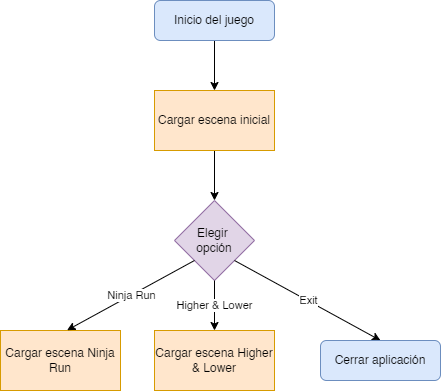
This is Imágenes/Diagramas de flujo/DIV -  Diagrama de flujo.png from JessHG04/TFG, a draw.io export, as it was before one commit. Source tidied: cells renumbered, new cells last; positions are measured from the earlier drawing's top-left corner, leaving out a move shared by most shapes. Source of this version:
```xml
<mxGraphModel>
  <root>
    <mxCell id="0" />
    <mxCell id="1" parent="0" />
    <mxCell id="2" style="edgeStyle=orthogonalEdgeStyle;rounded=0;jettySize=auto;html=1;entryX=0.5;entryY=0;entryDx=0;entryDy=0;" parent="1" edge="1" source="3" target="5">
      <mxGeometry relative="1" as="geometry" />
    </mxCell>
    <mxCell id="3" value="Inicio del juego" style="rounded=1;whiteSpace=wrap;html=1;fontSize=12;glass=0;strokeWidth=1;shadow=0;fillColor=#dae8fc;strokeColor=#6c8ebf;" parent="1" vertex="1">
      <mxGeometry x="154" width="120" height="40" as="geometry" />
    </mxCell>
    <mxCell id="4" style="edgeStyle=orthogonalEdgeStyle;rounded=0;jettySize=auto;html=1;entryX=0.5;entryY=0;entryDx=0;entryDy=0;" parent="1" edge="1" source="5" target="6">
      <mxGeometry relative="1" as="geometry" />
    </mxCell>
    <mxCell id="5" value="Cargar escena inicial" style="rounded=0;whiteSpace=wrap;html=1;fillColor=#ffe6cc;strokeColor=#d79b00;" parent="1" vertex="1">
      <mxGeometry x="154" y="90" width="120" height="60" as="geometry" />
    </mxCell>
    <mxCell id="6" value="Elegir &lt;br&gt;opción" style="rhombus;whiteSpace=wrap;html=1;fillColor=#e1d5e7;strokeColor=#9673a6;" parent="1" vertex="1">
      <mxGeometry x="174" y="200" width="80" height="80" as="geometry" />
    </mxCell>
    <mxCell id="7" value="Cargar escena Ninja Run" style="rounded=0;whiteSpace=wrap;html=1;fillColor=#ffe6cc;strokeColor=#d79b00;" parent="1" vertex="1">
      <mxGeometry y="330" width="120" height="60" as="geometry" />
    </mxCell>
    <mxCell id="8" value="Cargar escena Higher &amp;amp; Lower" style="rounded=0;whiteSpace=wrap;html=1;fillColor=#ffe6cc;strokeColor=#d79b00;" parent="1" vertex="1">
      <mxGeometry x="154" y="330" width="120" height="60" as="geometry" />
    </mxCell>
    <mxCell id="9" style="endArrow=classic;html=1;rounded=0;entryX=0.555;entryY=-0.005;entryDx=0;entryDy=0;exitX=0;exitY=1;exitDx=0;exitDy=0;entryPerimeter=0;" parent="1" edge="1" source="6" target="7">
      <mxGeometry relative="1" as="geometry" />
    </mxCell>
    <mxCell id="10" value="Ninja Run" style="edgeLabel;html=1;align=center;verticalAlign=middle;" parent="9" vertex="1">
      <mxGeometry relative="1" as="geometry" />
    </mxCell>
    <mxCell id="11" style="endArrow=classic;html=1;rounded=0;entryX=0.5;entryY=0;entryDx=0;entryDy=0;exitX=0.5;exitY=1;exitDx=0;exitDy=0;" parent="1" edge="1" source="6" target="8">
      <mxGeometry relative="1" as="geometry" />
    </mxCell>
    <mxCell id="12" value="Higher &amp;amp; Lower" style="edgeLabel;html=1;align=center;verticalAlign=middle;" parent="11" vertex="1">
      <mxGeometry relative="1" as="geometry" />
    </mxCell>
    <mxCell id="13" style="endArrow=classic;html=1;rounded=0;entryX=0.5;entryY=0;entryDx=0;entryDy=0;exitX=1;exitY=1;exitDx=0;exitDy=0;" parent="1" edge="1" source="6" target="15">
      <mxGeometry relative="1" as="geometry" />
    </mxCell>
    <mxCell id="14" value="Exit" style="edgeLabel;html=1;align=center;verticalAlign=middle;" parent="13" vertex="1">
      <mxGeometry relative="1" as="geometry" />
    </mxCell>
    <mxCell id="15" value="Cerrar aplicación" style="rounded=1;whiteSpace=wrap;html=1;fontSize=12;glass=0;strokeWidth=1;shadow=0;fillColor=#dae8fc;strokeColor=#6c8ebf;" parent="1" vertex="1">
      <mxGeometry x="320" y="340" width="120" height="40" as="geometry" />
    </mxCell>
  </root>
</mxGraphModel>
```
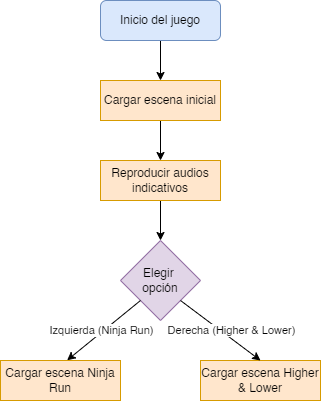
The same file after the commit.

Commit message:
Ninja Run español y update puntuacion maxima

Change to the diagram source:
```diff
@@ -6,43 +6,44 @@
       <mxGeometry relative="1" as="geometry" />
     </mxCell>
     <mxCell id="3" value="Inicio del juego" style="rounded=1;whiteSpace=wrap;html=1;fontSize=12;glass=0;strokeWidth=1;shadow=0;fillColor=#dae8fc;strokeColor=#6c8ebf;" parent="1" vertex="1">
-      <mxGeometry x="154" width="120" height="40" as="geometry" />
+      <mxGeometry x="160" y="-40" width="120" height="40" as="geometry" />
     </mxCell>
-    <mxCell id="4" style="edgeStyle=orthogonalEdgeStyle;rounded=0;jettySize=auto;html=1;entryX=0.5;entryY=0;entryDx=0;entryDy=0;" parent="1" edge="1" source="5" target="6">
-      <mxGeometry relative="1" as="geometry" />
-    </mxCell>
+    <mxCell id="16" style="edgeStyle=orthogonalEdgeStyle;rounded=0;jettySize=auto;html=1;exitX=0.5;exitY=1;exitDx=0;exitDy=0;entryX=0.5;entryY=0;entryDx=0;entryDy=0;" parent="1" edge="1" source="5" target="18">
+      <mxGeometry relative="1" as="geometry" />
+    </mxCell>
     <mxCell id="5" value="Cargar escena inicial" style="rounded=0;whiteSpace=wrap;html=1;fillColor=#ffe6cc;strokeColor=#d79b00;" parent="1" vertex="1">
-      <mxGeometry x="154" y="90" width="120" height="60" as="geometry" />
+      <mxGeometry x="160" y="40" width="120" height="40" as="geometry" />
     </mxCell>
     <mxCell id="6" value="Elegir &lt;br&gt;opción" style="rhombus;whiteSpace=wrap;html=1;fillColor=#e1d5e7;strokeColor=#9673a6;" parent="1" vertex="1">
-      <mxGeometry x="174" y="200" width="80" height="80" as="geometry" />
+      <mxGeometry x="180" y="200" width="80" height="80" as="geometry" />
     </mxCell>
     <mxCell id="7" value="Cargar escena Ninja Run" style="rounded=0;whiteSpace=wrap;html=1;fillColor=#ffe6cc;strokeColor=#d79b00;" parent="1" vertex="1">
-      <mxGeometry y="330" width="120" height="60" as="geometry" />
+      <mxGeometry x="60" y="320" width="120" height="40" as="geometry" />
     </mxCell>
     <mxCell id="8" value="Cargar escena Higher &amp;amp; Lower" style="rounded=0;whiteSpace=wrap;html=1;fillColor=#ffe6cc;strokeColor=#d79b00;" parent="1" vertex="1">
-      <mxGeometry x="154" y="330" width="120" height="60" as="geometry" />
+      <mxGeometry x="260" y="320" width="120" height="40" as="geometry" />
     </mxCell>
     <mxCell id="9" style="endArrow=classic;html=1;rounded=0;entryX=0.555;entryY=-0.005;entryDx=0;entryDy=0;exitX=0;exitY=1;exitDx=0;exitDy=0;entryPerimeter=0;" parent="1" edge="1" source="6" target="7">
       <mxGeometry relative="1" as="geometry" />
     </mxCell>
-    <mxCell id="10" value="Ninja Run" style="edgeLabel;html=1;align=center;verticalAlign=middle;" parent="9" vertex="1">
-      <mxGeometry relative="1" as="geometry" />
+    <mxCell id="10" value="Izquierda (Ninja Run)" style="edgeLabel;html=1;align=center;verticalAlign=middle;" parent="9" vertex="1">
+      <mxGeometry relative="1" as="geometry">
+        <mxPoint x="-3" as="offset" />
+      </mxGeometry>
     </mxCell>
-    <mxCell id="11" style="endArrow=classic;html=1;rounded=0;entryX=0.5;entryY=0;entryDx=0;entryDy=0;exitX=0.5;exitY=1;exitDx=0;exitDy=0;" parent="1" edge="1" source="6" target="8">
+    <mxCell id="11" style="endArrow=classic;html=1;rounded=0;entryX=0.5;entryY=0;entryDx=0;entryDy=0;exitX=1;exitY=1;exitDx=0;exitDy=0;" parent="1" edge="1" source="6" target="8">
       <mxGeometry relative="1" as="geometry" />
     </mxCell>
-    <mxCell id="12" value="Higher &amp;amp; Lower" style="edgeLabel;html=1;align=center;verticalAlign=middle;" parent="11" vertex="1">
-      <mxGeometry relative="1" as="geometry" />
+    <mxCell id="12" value="Derecha (Higher &amp;amp; Lower)" style="edgeLabel;html=1;align=center;verticalAlign=middle;" parent="11" vertex="1">
+      <mxGeometry relative="1" as="geometry">
+        <mxPoint x="10" as="offset" />
+      </mxGeometry>
     </mxCell>
-    <mxCell id="13" style="endArrow=classic;html=1;rounded=0;entryX=0.5;entryY=0;entryDx=0;entryDy=0;exitX=1;exitY=1;exitDx=0;exitDy=0;" parent="1" edge="1" source="6" target="15">
-      <mxGeometry relative="1" as="geometry" />
-    </mxCell>
-    <mxCell id="14" value="Exit" style="edgeLabel;html=1;align=center;verticalAlign=middle;" parent="13" vertex="1">
-      <mxGeometry relative="1" as="geometry" />
-    </mxCell>
-    <mxCell id="15" value="Cerrar aplicación" style="rounded=1;whiteSpace=wrap;html=1;fontSize=12;glass=0;strokeWidth=1;shadow=0;fillColor=#dae8fc;strokeColor=#6c8ebf;" parent="1" vertex="1">
-      <mxGeometry x="320" y="340" width="120" height="40" as="geometry" />
-    </mxCell>
+    <mxCell id="17" style="edgeStyle=orthogonalEdgeStyle;rounded=0;jettySize=auto;html=1;exitX=0.5;exitY=1;exitDx=0;exitDy=0;" parent="1" edge="1" source="18" target="6">
+      <mxGeometry relative="1" as="geometry" />
+    </mxCell>
+    <mxCell id="18" value="Reproducir audios indicativos" style="rounded=0;whiteSpace=wrap;html=1;fillColor=#ffe6cc;strokeColor=#d79b00;" parent="1" vertex="1">
+      <mxGeometry x="160" y="120" width="120" height="40" as="geometry" />
+    </mxCell>
   </root>
 </mxGraphModel>
```
